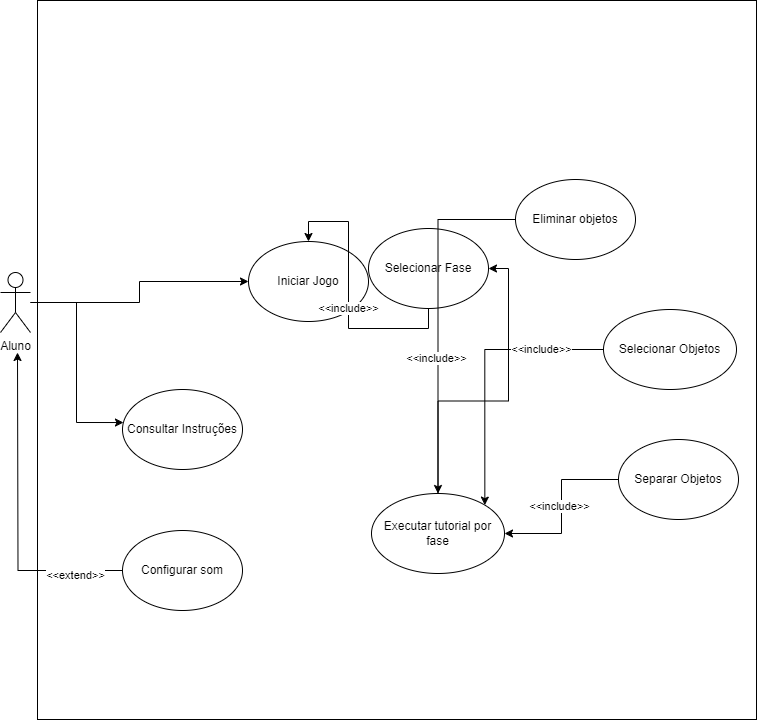
The draw.io diagram JOGOES.drawio.png in BrendaGarcez/Lixo-no-Lixo, before a commit. Source tidied: cells renumbered, new cells last; positions are measured from the earlier drawing's top-left corner, leaving out a move shared by most shapes.
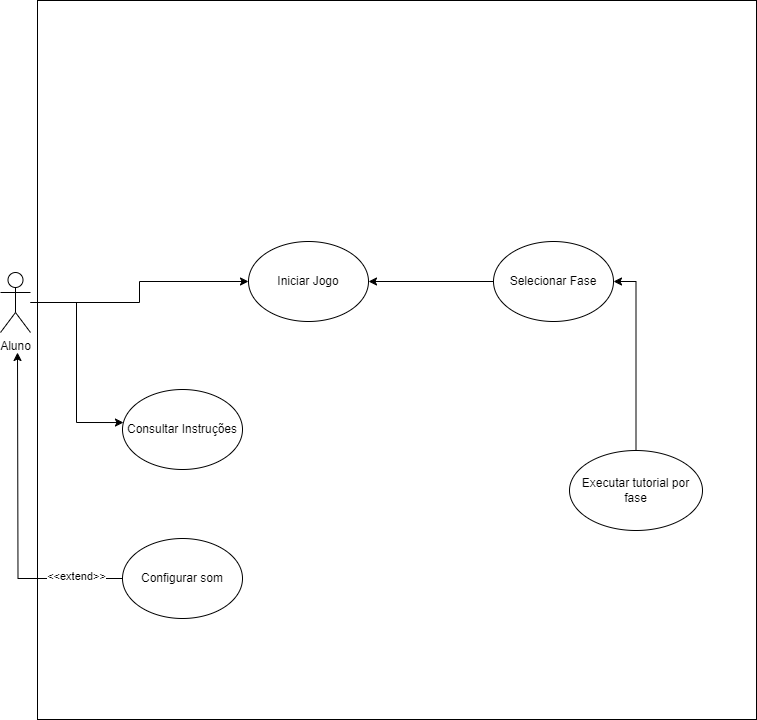
The same diagram one commit later.

The edit, as a diff of the source:
```diff
@@ -17,11 +17,8 @@
     <mxCell id="6" style="edgeStyle=orthogonalEdgeStyle;rounded=0;jettySize=auto;html=1;" parent="1" edge="1" source="8" target="5">
       <mxGeometry relative="1" as="geometry" />
     </mxCell>
-    <mxCell id="7" value="&amp;lt;&amp;lt;include&amp;gt;&amp;gt;" style="edgeLabel;html=1;align=center;verticalAlign=middle;" parent="6" vertex="1">
-      <mxGeometry x="-0.09" y="1" relative="1" as="geometry" />
-    </mxCell>
     <mxCell id="8" value="Selecionar Fase" style="ellipse;whiteSpace=wrap;html=1;" parent="1" vertex="1">
-      <mxGeometry x="368" y="228" width="120" height="80" as="geometry" />
+      <mxGeometry x="493" y="241" width="120" height="80" as="geometry" />
     </mxCell>
     <mxCell id="9" value="Consultar Instruções" style="ellipse;whiteSpace=wrap;html=1;" parent="1" vertex="1">
       <mxGeometry x="122" y="389" width="120" height="80" as="geometry" />
@@ -30,10 +27,13 @@
       <mxGeometry relative="1" as="geometry" />
     </mxCell>
     <mxCell id="11" value="Executar tutorial por fase" style="ellipse;whiteSpace=wrap;html=1;" parent="1" vertex="1">
-      <mxGeometry x="371" y="493" width="133" height="80" as="geometry" />
+      <mxGeometry x="569" y="450" width="133" height="80" as="geometry" />
     </mxCell>
-    <mxCell id="12" style="edgeStyle=orthogonalEdgeStyle;rounded=0;orthogonalLoop=1;jettySize=auto;html=1;exitX=0;exitY=0.5;exitDx=0;exitDy=0;entryX=0;entryY=0.5;entryDx=0;entryDy=0;" parent="1" edge="1" source="22" target="22">
-      <mxGeometry relative="1" as="geometry" />
+    <mxCell id="12" style="edgeStyle=orthogonalEdgeStyle;rounded=0;orthogonalLoop=1;jettySize=auto;html=1;exitX=0;exitY=0.5;exitDx=0;exitDy=0;entryX=0;entryY=0.5;entryDx=0;entryDy=0;" parent="1" edge="1">
+      <mxGeometry relative="1" as="geometry">
+        <mxPoint x="618" y="479" as="sourcePoint" />
+        <mxPoint x="618" y="479" as="targetPoint" />
+      </mxGeometry>
     </mxCell>
     <mxCell id="13" style="edgeStyle=orthogonalEdgeStyle;rounded=0;jettySize=auto;html=1;" parent="1" edge="1" source="15">
       <mxGeometry relative="1" as="geometry">
@@ -41,40 +41,15 @@
       </mxGeometry>
     </mxCell>
     <mxCell id="14" value="&amp;lt;&amp;lt;extend&amp;gt;&amp;gt;" style="edgeLabel;html=1;align=center;verticalAlign=middle;" parent="13" vertex="1">
-      <mxGeometry x="-0.7" y="4" relative="1" as="geometry" />
+      <mxGeometry x="-0.7" y="4" relative="1" as="geometry">
+        <mxPoint x="2" y="-7" as="offset" />
+      </mxGeometry>
     </mxCell>
     <mxCell id="15" value="Configurar som" style="ellipse;whiteSpace=wrap;html=1;" parent="1" vertex="1">
-      <mxGeometry x="122" y="530" width="120" height="80" as="geometry" />
+      <mxGeometry x="122" y="538" width="120" height="80" as="geometry" />
     </mxCell>
     <mxCell id="16" style="edgeStyle=orthogonalEdgeStyle;rounded=0;jettySize=auto;html=1;entryX=0.008;entryY=0.413;entryDx=0;entryDy=0;entryPerimeter=0;" parent="1" edge="1" source="4" target="9">
       <mxGeometry relative="1" as="geometry" />
     </mxCell>
-    <mxCell id="17" style="edgeStyle=orthogonalEdgeStyle;rounded=0;jettySize=auto;html=1;entryX=1;entryY=0;entryDx=0;entryDy=0;" parent="1" edge="1" source="19" target="11">
-      <mxGeometry relative="1" as="geometry" />
-    </mxCell>
-    <mxCell id="18" value="&amp;lt;&amp;lt;include&amp;gt;&amp;gt;" style="edgeLabel;html=1;align=center;verticalAlign=middle;" parent="17" vertex="1">
-      <mxGeometry x="-0.54" y="-1" relative="1" as="geometry" />
-    </mxCell>
-    <mxCell id="19" value="Selecionar Objetos" style="ellipse;whiteSpace=wrap;html=1;" parent="1" vertex="1">
-      <mxGeometry x="603" y="309" width="133" height="80" as="geometry" />
-    </mxCell>
-    <mxCell id="20" style="edgeStyle=orthogonalEdgeStyle;rounded=0;jettySize=auto;html=1;entryX=1;entryY=0.5;entryDx=0;entryDy=0;" parent="1" edge="1" source="22" target="11">
-      <mxGeometry relative="1" as="geometry" />
-    </mxCell>
-    <mxCell id="21" value="&amp;lt;&amp;lt;include&amp;gt;&amp;gt;" style="edgeLabel;html=1;align=center;verticalAlign=middle;" parent="20" vertex="1">
-      <mxGeometry x="-0.01" y="-3" relative="1" as="geometry" />
-    </mxCell>
-    <mxCell id="22" value="Separar Objetos" style="ellipse;whiteSpace=wrap;html=1;" parent="1" vertex="1">
-      <mxGeometry x="618" y="439" width="120" height="80" as="geometry" />
-    </mxCell>
-    <mxCell id="23" style="edgeStyle=orthogonalEdgeStyle;rounded=0;jettySize=auto;html=1;entryX=0.5;entryY=0;entryDx=0;entryDy=0;" parent="1" edge="1" source="25" target="11">
-      <mxGeometry relative="1" as="geometry" />
-    </mxCell>
-    <mxCell id="24" value="&amp;lt;&amp;lt;include&amp;gt;&amp;gt;" style="edgeLabel;html=1;align=center;verticalAlign=middle;" parent="23" vertex="1">
-      <mxGeometry x="0.23" y="-2" relative="1" as="geometry" />
-    </mxCell>
-    <mxCell id="25" value="Eliminar objetos" style="ellipse;whiteSpace=wrap;html=1;" parent="1" vertex="1">
-      <mxGeometry x="515" y="179" width="120" height="80" as="geometry" />
-    </mxCell>
   </root>
 </mxGraphModel>
```
